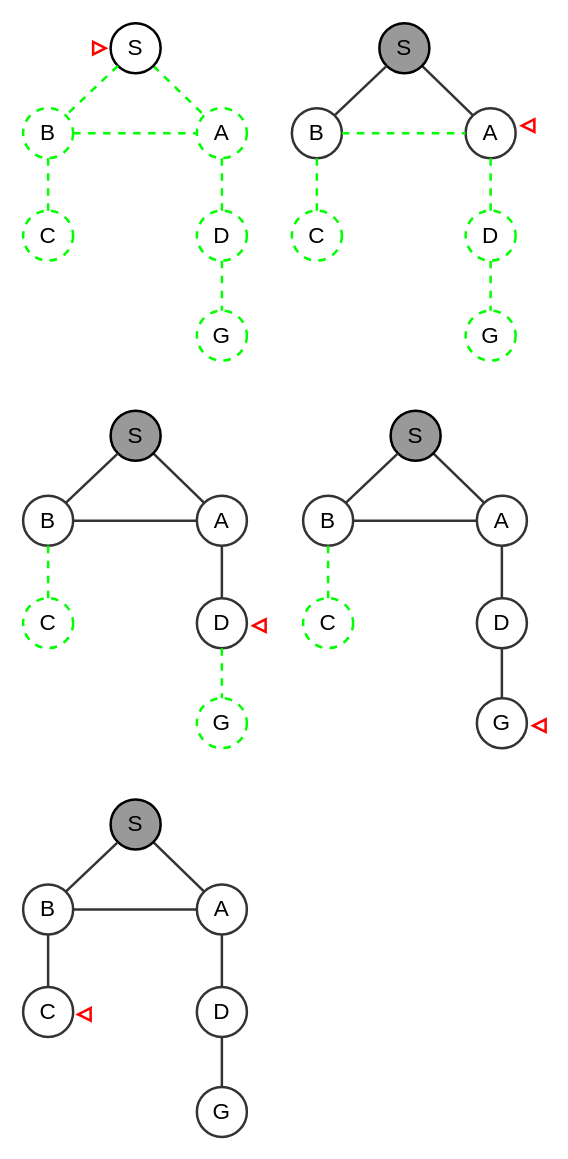
fasil712/UML_Diagram_Design keeps this draw.io diagram as Untitled Diagram.drawio. Above is the earlier version. Source tidied: cells renumbered, new cells numbered last; positions are measured from the earlier drawing's top-left corner, leaving out a move shared by most shapes. Both pictures are drawn from the tidied source at 125%, with x=0, y=0 at pixel (22, 22).
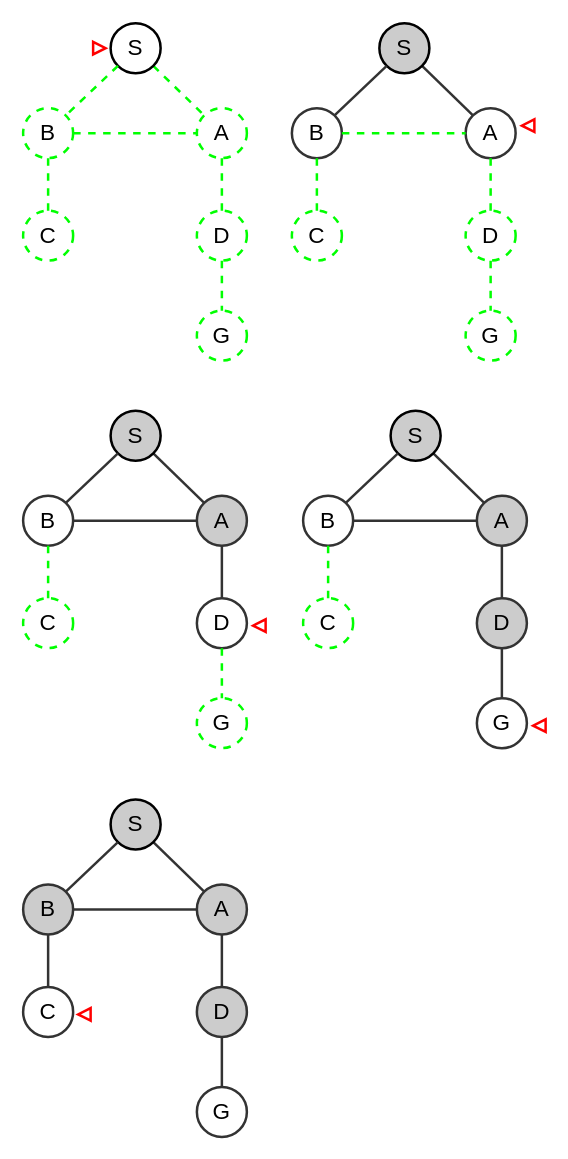
Above is the later version.

Change to the diagram source:
```diff
@@
-    <mxCell id="16" value="&lt;font style=&quot;font-size: 18px;&quot;&gt;S&lt;/font&gt;" style="ellipse;whiteSpace=wrap;html=1;strokeWidth=2;fillColor=#999999;" parent="1" vertex="1">
+    <mxCell id="16" value="&lt;font style=&quot;font-size: 18px;&quot;&gt;S&lt;/font&gt;" style="ellipse;whiteSpace=wrap;html=1;strokeWidth=2;fillColor=#CCCCCC;" parent="1" vertex="1">
       <mxGeometry x="285" width="40" height="40" as="geometry" />
     </mxCell>
@@
-    <mxCell id="29" value="&lt;font style=&quot;font-size: 18px;&quot;&gt;S&lt;/font&gt;" style="ellipse;whiteSpace=wrap;html=1;strokeWidth=2;fillColor=#999999;" parent="1" vertex="1">
+    <mxCell id="29" value="&lt;font style=&quot;font-size: 18px;&quot;&gt;S&lt;/font&gt;" style="ellipse;whiteSpace=wrap;html=1;strokeWidth=2;fillColor=#CCCCCC;" parent="1" vertex="1">
       <mxGeometry x="70" y="310" width="40" height="40" as="geometry" />
     </mxCell>
@@
-    <mxCell id="31" value="&lt;font style=&quot;font-size: 18px;&quot;&gt;A&lt;/font&gt;" style="ellipse;whiteSpace=wrap;html=1;fillColor=none;strokeColor=#333333;strokeWidth=2;" parent="1" vertex="1">
+    <mxCell id="31" value="&lt;font style=&quot;font-size: 18px;&quot;&gt;A&lt;/font&gt;" style="ellipse;whiteSpace=wrap;html=1;fillColor=#CCCCCC;strokeColor=#333333;strokeWidth=2;" parent="1" vertex="1">
       <mxGeometry x="139" y="378" width="40" height="40" as="geometry" />
     </mxCell>
@@
-    <mxCell id="42" value="&lt;font style=&quot;font-size: 18px;&quot;&gt;S&lt;/font&gt;" style="ellipse;whiteSpace=wrap;html=1;strokeWidth=2;fillColor=#999999;" parent="1" vertex="1">
+    <mxCell id="42" value="&lt;font style=&quot;font-size: 18px;&quot;&gt;S&lt;/font&gt;" style="ellipse;whiteSpace=wrap;html=1;strokeWidth=2;fillColor=#CCCCCC;" parent="1" vertex="1">
       <mxGeometry x="294" y="310" width="40" height="40" as="geometry" />
     </mxCell>
@@
-    <mxCell id="44" value="&lt;font style=&quot;font-size: 18px;&quot;&gt;A&lt;/font&gt;" style="ellipse;whiteSpace=wrap;html=1;fillColor=none;strokeColor=#333333;strokeWidth=2;" parent="1" vertex="1">
+    <mxCell id="44" value="&lt;font style=&quot;font-size: 18px;&quot;&gt;A&lt;/font&gt;" style="ellipse;whiteSpace=wrap;html=1;fillColor=#CCCCCC;strokeColor=#333333;strokeWidth=2;" parent="1" vertex="1">
       <mxGeometry x="363" y="378" width="40" height="40" as="geometry" />
     </mxCell>
@@
-    <mxCell id="46" value="&lt;font style=&quot;font-size: 18px;&quot;&gt;D&lt;/font&gt;" style="ellipse;whiteSpace=wrap;html=1;fillColor=none;strokeColor=#333333;strokeWidth=2;" parent="1" vertex="1">
+    <mxCell id="46" value="&lt;font style=&quot;font-size: 18px;&quot;&gt;D&lt;/font&gt;" style="ellipse;whiteSpace=wrap;html=1;fillColor=#CCCCCC;strokeColor=#333333;strokeWidth=2;" parent="1" vertex="1">
       <mxGeometry x="363" y="460" width="40" height="40" as="geometry" />
     </mxCell>
@@
-    <mxCell id="55" value="&lt;font style=&quot;font-size: 18px;&quot;&gt;S&lt;/font&gt;" style="ellipse;whiteSpace=wrap;html=1;strokeWidth=2;fillColor=#999999;" parent="1" vertex="1">
+    <mxCell id="55" value="&lt;font style=&quot;font-size: 18px;&quot;&gt;S&lt;/font&gt;" style="ellipse;whiteSpace=wrap;html=1;strokeWidth=2;fillColor=#CCCCCC;" parent="1" vertex="1">
       <mxGeometry x="70" y="621" width="40" height="40" as="geometry" />
     </mxCell>
-    <mxCell id="56" value="&lt;font style=&quot;font-size: 18px;&quot;&gt;B&lt;/font&gt;" style="ellipse;whiteSpace=wrap;html=1;fillColor=none;strokeColor=#333333;strokeWidth=2;" parent="1" vertex="1">
+    <mxCell id="56" value="&lt;font style=&quot;font-size: 18px;&quot;&gt;B&lt;/font&gt;" style="ellipse;whiteSpace=wrap;html=1;fillColor=#CCCCCC;strokeColor=#333333;strokeWidth=2;" parent="1" vertex="1">
       <mxGeometry y="689" width="40" height="40" as="geometry" />
     </mxCell>
-    <mxCell id="57" value="&lt;font style=&quot;font-size: 18px;&quot;&gt;A&lt;/font&gt;" style="ellipse;whiteSpace=wrap;html=1;fillColor=none;strokeColor=#333333;strokeWidth=2;" parent="1" vertex="1">
+    <mxCell id="57" value="&lt;font style=&quot;font-size: 18px;&quot;&gt;A&lt;/font&gt;" style="ellipse;whiteSpace=wrap;html=1;fillColor=#CCCCCC;strokeColor=#333333;strokeWidth=2;" parent="1" vertex="1">
       <mxGeometry x="139" y="689" width="40" height="40" as="geometry" />
     </mxCell>
@@
-    <mxCell id="59" value="&lt;font style=&quot;font-size: 18px;&quot;&gt;D&lt;/font&gt;" style="ellipse;whiteSpace=wrap;html=1;fillColor=none;strokeColor=#333333;strokeWidth=2;" parent="1" vertex="1">
+    <mxCell id="59" value="&lt;font style=&quot;font-size: 18px;&quot;&gt;D&lt;/font&gt;" style="ellipse;whiteSpace=wrap;html=1;fillColor=#CCCCCC;strokeColor=#333333;strokeWidth=2;" parent="1" vertex="1">
       <mxGeometry x="139" y="771" width="40" height="40" as="geometry" />
     </mxCell>
```
